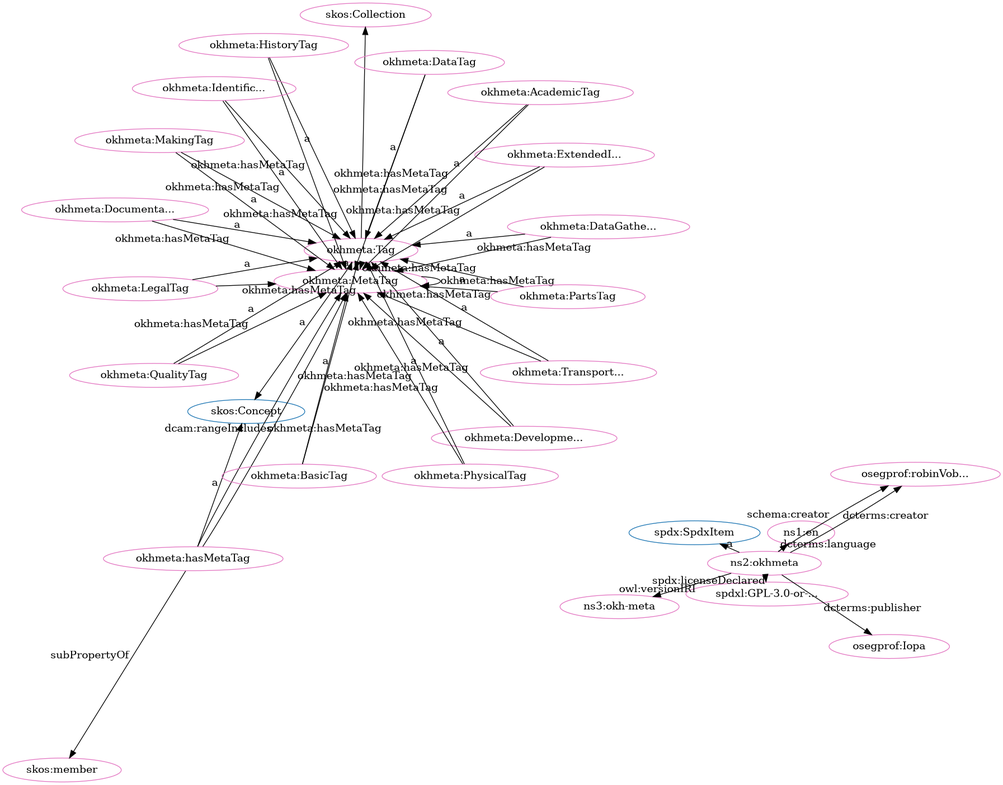
iop-alliance/OpenKnowHow keeps this Graphviz diagram as src/spec/dot_okh-meta-clean.png. Above is the earlier version. Its source is kept beside it as src/spec/dot_okh-meta-clean.dot.
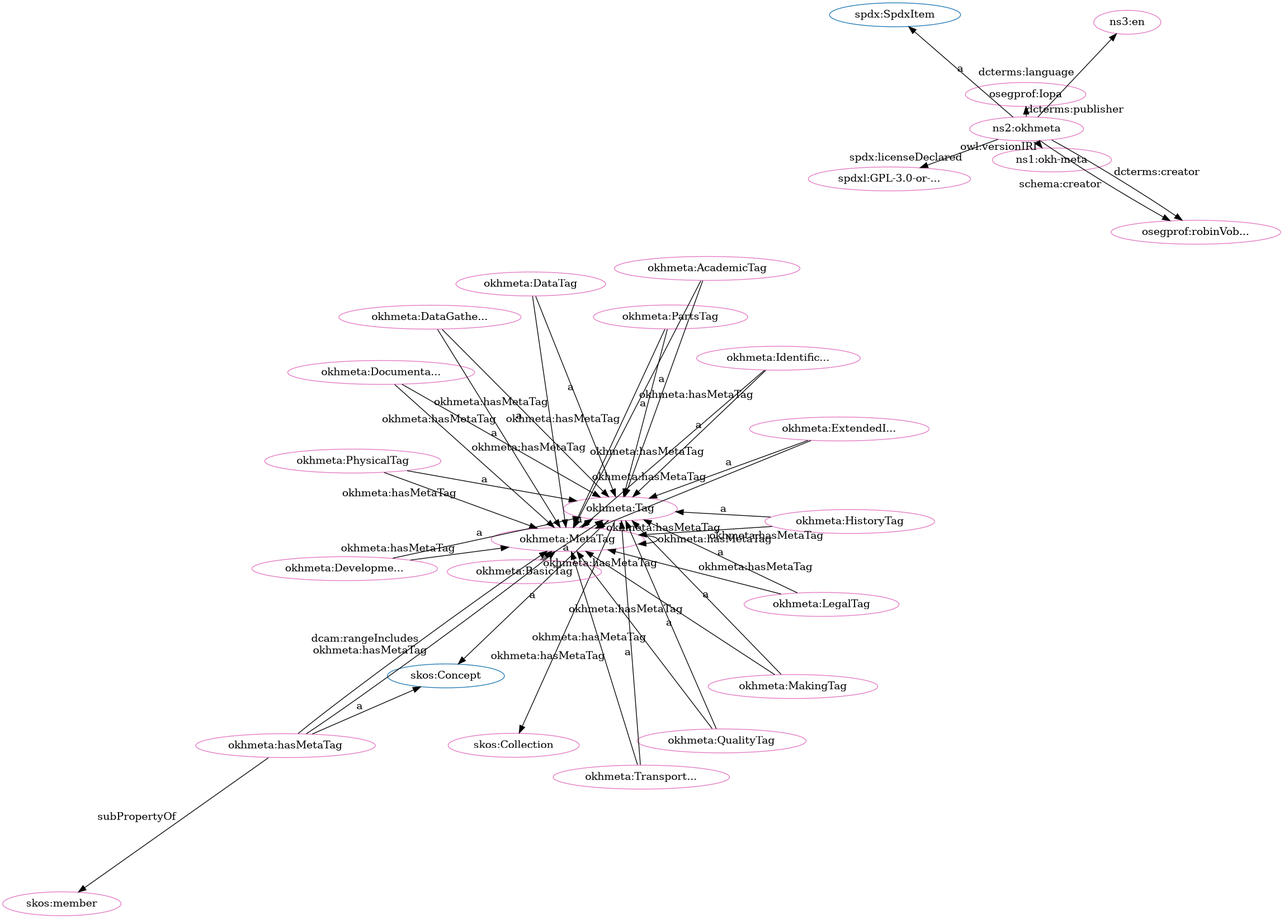
The same file after the commit.

The edit, as a diff of the source:
```diff
@@ -1,80 +1,80 @@
 digraph G {
   rankdir=BT
   node[height=.3]
+"http://www.w3.org/2004/02/skos/core#Concept" [fillcolor="#1f77b4" color="#1f77b4" label="skos:Concept"]
+"http://www.w3.org/2004/02/skos/core#Collection" [fillcolor="#1f77b4" color="#1f77b4" label="skos:Collection"]
 "http://w3id.org/oseg/ont/okhmeta#Tag" [fillcolor="#1f77b4" color="#1f77b4" label="okhmeta:Tag"]
-"http://www.w3.org/2004/02/skos/core#Collection" [fillcolor="#1f77b4" color="#1f77b4" label="skos:Collection"]
-"http://www.w3.org/2004/02/skos/core#Concept" [fillcolor="#1f77b4" color="#1f77b4" label="skos:Concept"]
 "http://spdx.org/rdf/terms#SpdxItem" [fillcolor="#1f77b4" color="#1f77b4" label="spdx:SpdxItem"]
+"http://w3id.org/oseg/ont/okhmeta#MetaTag" [fillcolor="#e377c2" color="#e377c2" label="okhmeta:MetaTag"]
+"http://w3id.org/oseg/ont/okhmeta#PartsTag" [fillcolor="#e377c2" color="#e377c2" label="okhmeta:PartsTag"]
 "http://w3id.org/oseg/ont/oseg-profiles#robinVobruba" [fillcolor="#e377c2" color="#e377c2" label="osegprof:robinVob..."]
+"http://w3id.org/oseg/ont/1.1.0/okh-meta" [fillcolor="#e377c2" color="#e377c2" label="ns1:okh-meta"]
+"http://www.w3.org/2004/02/skos/core#member" [fillcolor="#e377c2" color="#e377c2" label="skos:member"]
+"http://w3id.org/oseg/ont/oseg-profiles#Iopa" [fillcolor="#e377c2" color="#e377c2" label="osegprof:Iopa"]
+"http://w3id.org/oseg/ont/okhmeta" [fillcolor="#e377c2" color="#e377c2" label="ns2:okhmeta"]
 "http://w3id.org/oseg/ont/okhmeta#LegalTag" [fillcolor="#e377c2" color="#e377c2" label="okhmeta:LegalTag"]
-"http://w3id.org/oseg/ont/okhmeta#MetaTag" [fillcolor="#e377c2" color="#e377c2" label="okhmeta:MetaTag"]
+"http://id.loc.gov/vocabulary/iso639-1/en" [fillcolor="#e377c2" color="#e377c2" label="ns3:en"]
+"http://w3id.org/oseg/ont/okhmeta#HistoryTag" [fillcolor="#e377c2" color="#e377c2" label="okhmeta:HistoryTag"]
+"http://w3id.org/oseg/ont/okhmeta#DevelopmentTag" [fillcolor="#e377c2" color="#e377c2" label="okhmeta:Developme..."]
+"http://w3id.org/oseg/ont/okhmeta#MakingTag" [fillcolor="#e377c2" color="#e377c2" label="okhmeta:MakingTag"]
 "http://spdx.org/licenses/GPL-3.0-or-later" [fillcolor="#e377c2" color="#e377c2" label="spdxl:GPL-3.0-or-..."]
-"http://id.loc.gov/vocabulary/iso639-1/en" [fillcolor="#e377c2" color="#e377c2" label="ns1:en"]
 "http://w3id.org/oseg/ont/okhmeta#DocumentationTag" [fillcolor="#e377c2" color="#e377c2" label="okhmeta:Documenta..."]
 "http://www.w3.org/2004/02/skos/core#Collection" [fillcolor="#e377c2" color="#e377c2" label="skos:Collection"]
-"http://w3id.org/oseg/ont/okhmeta#HistoryTag" [fillcolor="#e377c2" color="#e377c2" label="okhmeta:HistoryTag"]
-"http://w3id.org/oseg/ont/okhmeta#ExtendedInfoTag" [fillcolor="#e377c2" color="#e377c2" label="okhmeta:ExtendedI..."]
-"http://w3id.org/oseg/ont/okhmeta#PartsTag" [fillcolor="#e377c2" color="#e377c2" label="okhmeta:PartsTag"]
-"http://w3id.org/oseg/ont/okhmeta#hasMetaTag" [fillcolor="#e377c2" color="#e377c2" label="okhmeta:hasMetaTag"]
-"http://w3id.org/oseg/ont/okhmeta#BasicTag" [fillcolor="#e377c2" color="#e377c2" label="okhmeta:BasicTag"]
+"http://w3id.org/oseg/ont/okhmeta#PhysicalTag" [fillcolor="#e377c2" color="#e377c2" label="okhmeta:PhysicalTag"]
 "http://w3id.org/oseg/ont/okhmeta#QualityTag" [fillcolor="#e377c2" color="#e377c2" label="okhmeta:QualityTag"]
-"http://w3id.org/oseg/ont/oseg-profiles#Iopa" [fillcolor="#e377c2" color="#e377c2" label="osegprof:Iopa"]
 "http://w3id.org/oseg/ont/okhmeta#DataTag" [fillcolor="#e377c2" color="#e377c2" label="okhmeta:DataTag"]
-"http://w3id.org/oseg/ont/okhmeta#AcademicTag" [fillcolor="#e377c2" color="#e377c2" label="okhmeta:AcademicTag"]
-"http://www.w3.org/2004/02/skos/core#member" [fillcolor="#e377c2" color="#e377c2" label="skos:member"]
-"http://w3id.org/oseg/ont/okhmeta#DevelopmentTag" [fillcolor="#e377c2" color="#e377c2" label="okhmeta:Developme..."]
-"http://w3id.org/oseg/ont/okhmeta#PhysicalTag" [fillcolor="#e377c2" color="#e377c2" label="okhmeta:PhysicalTag"]
-"http://w3id.org/oseg/ont/okhmeta" [fillcolor="#e377c2" color="#e377c2" label="ns2:okhmeta"]
-"http://w3id.org/oseg/ont/okhmeta#IdentificationTag" [fillcolor="#e377c2" color="#e377c2" label="okhmeta:Identific..."]
-"http://w3id.org/oseg/ont/okhmeta#MakingTag" [fillcolor="#e377c2" color="#e377c2" label="okhmeta:MakingTag"]
 "http://w3id.org/oseg/ont/okhmeta#Tag" [fillcolor="#e377c2" color="#e377c2" label="okhmeta:Tag"]
 "http://w3id.org/oseg/ont/okhmeta#DataGatheringTag" [fillcolor="#e377c2" color="#e377c2" label="okhmeta:DataGathe..."]
-"http://w3id.org/oseg/ont/1.1.0/okh-meta" [fillcolor="#e377c2" color="#e377c2" label="ns3:okh-meta"]
+"http://w3id.org/oseg/ont/okhmeta#ExtendedInfoTag" [fillcolor="#e377c2" color="#e377c2" label="okhmeta:ExtendedI..."]
+"http://w3id.org/oseg/ont/okhmeta#BasicTag" [fillcolor="#e377c2" color="#e377c2" label="okhmeta:BasicTag"]
+"http://w3id.org/oseg/ont/okhmeta#IdentificationTag" [fillcolor="#e377c2" color="#e377c2" label="okhmeta:Identific..."]
+"http://w3id.org/oseg/ont/okhmeta#hasMetaTag" [fillcolor="#e377c2" color="#e377c2" label="okhmeta:hasMetaTag"]
+"http://w3id.org/oseg/ont/okhmeta#AcademicTag" [fillcolor="#e377c2" color="#e377c2" label="okhmeta:AcademicTag"]
 "http://w3id.org/oseg/ont/okhmeta#TransportationTag" [fillcolor="#e377c2" color="#e377c2" label="okhmeta:Transport..."]
+  "http://w3id.org/oseg/ont/okhmeta#PartsTag" -> "http://w3id.org/oseg/ont/okhmeta#Tag" [label="a"]
+  "http://w3id.org/oseg/ont/okhmeta#MetaTag" -> "http://w3id.org/oseg/ont/okhmeta#MetaTag" [label="okhmeta:hasMetaTag"]
+  "http://w3id.org/oseg/ont/okhmeta" -> "http://w3id.org/oseg/ont/1.1.0/okh-meta" [label="owl:versionIRI"]
+  "http://w3id.org/oseg/ont/okhmeta" -> "http://w3id.org/oseg/ont/oseg-profiles#Iopa" [label="dcterms:publisher"]
+  "http://w3id.org/oseg/ont/okhmeta#PhysicalTag" -> "http://w3id.org/oseg/ont/okhmeta#MetaTag" [label="okhmeta:hasMetaTag"]
+  "http://w3id.org/oseg/ont/okhmeta#DataTag" -> "http://w3id.org/oseg/ont/okhmeta#MetaTag" [label="okhmeta:hasMetaTag"]
+  "http://w3id.org/oseg/ont/okhmeta" -> "http://id.loc.gov/vocabulary/iso639-1/en" [label="dcterms:language"]
+  "http://w3id.org/oseg/ont/okhmeta#ExtendedInfoTag" -> "http://w3id.org/oseg/ont/okhmeta#MetaTag" [label="okhmeta:hasMetaTag"]
+  "http://w3id.org/oseg/ont/okhmeta#MetaTag" -> "http://w3id.org/oseg/ont/okhmeta#Tag" [label="a"]
+  "http://w3id.org/oseg/ont/okhmeta#IdentificationTag" -> "http://w3id.org/oseg/ont/okhmeta#MetaTag" [label="okhmeta:hasMetaTag"]
+  "http://w3id.org/oseg/ont/okhmeta#BasicTag" -> "http://w3id.org/oseg/ont/okhmeta#MetaTag" [label="okhmeta:hasMetaTag"]
+  "http://w3id.org/oseg/ont/okhmeta#Tag" -> "http://www.w3.org/2004/02/skos/core#Collection" [label=""]
+  "http://w3id.org/oseg/ont/okhmeta#PhysicalTag" -> "http://w3id.org/oseg/ont/okhmeta#Tag" [label="a"]
+  "http://w3id.org/oseg/ont/okhmeta#DataTag" -> "http://w3id.org/oseg/ont/okhmeta#Tag" [label="a"]
+  "http://w3id.org/oseg/ont/okhmeta#DataGatheringTag" -> "http://w3id.org/oseg/ont/okhmeta#MetaTag" [label="okhmeta:hasMetaTag"]
+  "http://w3id.org/oseg/ont/okhmeta#DocumentationTag" -> "http://w3id.org/oseg/ont/okhmeta#MetaTag" [label="okhmeta:hasMetaTag"]
+  "http://w3id.org/oseg/ont/okhmeta#ExtendedInfoTag" -> "http://w3id.org/oseg/ont/okhmeta#Tag" [label="a"]
+  "http://w3id.org/oseg/ont/okhmeta#TransportationTag" -> "http://w3id.org/oseg/ont/okhmeta#MetaTag" [label="okhmeta:hasMetaTag"]
+  "http://w3id.org/oseg/ont/okhmeta#hasMetaTag" -> "http://w3id.org/oseg/ont/okhmeta#MetaTag" [label="dcam:rangeIncludes"]
+  "http://w3id.org/oseg/ont/okhmeta#BasicTag" -> "http://w3id.org/oseg/ont/okhmeta#Tag" [label="a"]
+  "http://w3id.org/oseg/ont/okhmeta#IdentificationTag" -> "http://w3id.org/oseg/ont/okhmeta#Tag" [label="a"]
+  "http://w3id.org/oseg/ont/okhmeta#MakingTag" -> "http://w3id.org/oseg/ont/okhmeta#MetaTag" [label="okhmeta:hasMetaTag"]
+  "http://w3id.org/oseg/ont/okhmeta#hasMetaTag" -> "http://w3id.org/oseg/ont/okhmeta#MetaTag" [label="okhmeta:hasMetaTag"]
+  "http://w3id.org/oseg/ont/okhmeta" -> "http://spdx.org/rdf/terms#SpdxItem" [label="a"]
+  "http://w3id.org/oseg/ont/okhmeta#TransportationTag" -> "http://w3id.org/oseg/ont/okhmeta#Tag" [label="a"]
+  "http://w3id.org/oseg/ont/okhmeta#Tag" -> "http://w3id.org/oseg/ont/okhmeta#MetaTag" [label="okhmeta:hasMetaTag"]
+  "http://w3id.org/oseg/ont/okhmeta#LegalTag" -> "http://w3id.org/oseg/ont/okhmeta#MetaTag" [label="okhmeta:hasMetaTag"]
+  "http://w3id.org/oseg/ont/okhmeta#HistoryTag" -> "http://w3id.org/oseg/ont/okhmeta#MetaTag" [label="okhmeta:hasMetaTag"]
+  "http://w3id.org/oseg/ont/okhmeta#DevelopmentTag" -> "http://w3id.org/oseg/ont/okhmeta#MetaTag" [label="okhmeta:hasMetaTag"]
+  "http://w3id.org/oseg/ont/okhmeta" -> "http://w3id.org/oseg/ont/oseg-profiles#robinVobruba" [label="dcterms:creator"]
+  "http://w3id.org/oseg/ont/okhmeta#hasMetaTag" -> "http://www.w3.org/2004/02/skos/core#member" [label="subPropertyOf"]
+  "http://w3id.org/oseg/ont/okhmeta#QualityTag" -> "http://w3id.org/oseg/ont/okhmeta#MetaTag" [label="okhmeta:hasMetaTag"]
+  "http://w3id.org/oseg/ont/okhmeta#LegalTag" -> "http://w3id.org/oseg/ont/okhmeta#Tag" [label="a"]
+  "http://w3id.org/oseg/ont/okhmeta#HistoryTag" -> "http://w3id.org/oseg/ont/okhmeta#Tag" [label="a"]
+  "http://w3id.org/oseg/ont/okhmeta#DevelopmentTag" -> "http://w3id.org/oseg/ont/okhmeta#Tag" [label="a"]
+  "http://w3id.org/oseg/ont/okhmeta#MakingTag" -> "http://w3id.org/oseg/ont/okhmeta#Tag" [label="a"]
+  "http://w3id.org/oseg/ont/okhmeta" -> "http://spdx.org/licenses/GPL-3.0-or-later" [label="spdx:licenseDeclared"]
+  "http://w3id.org/oseg/ont/okhmeta#DocumentationTag" -> "http://w3id.org/oseg/ont/okhmeta#Tag" [label="a"]
+  "http://w3id.org/oseg/ont/okhmeta#QualityTag" -> "http://w3id.org/oseg/ont/okhmeta#Tag" [label="a"]
+  "http://w3id.org/oseg/ont/okhmeta#Tag" -> "http://www.w3.org/2004/02/skos/core#Concept" [label="a"]
   "http://w3id.org/oseg/ont/okhmeta" -> "http://w3id.org/oseg/ont/oseg-profiles#robinVobruba" [label="schema:creator"]
   "http://w3id.org/oseg/ont/okhmeta#AcademicTag" -> "http://w3id.org/oseg/ont/okhmeta#MetaTag" [label="okhmeta:hasMetaTag"]
-  "http://w3id.org/oseg/ont/okhmeta" -> "http://spdx.org/licenses/GPL-3.0-or-later" [label="spdx:licenseDeclared"]
-  "http://w3id.org/oseg/ont/okhmeta" -> "http://id.loc.gov/vocabulary/iso639-1/en" [label="dcterms:language"]
-  "http://w3id.org/oseg/ont/okhmeta#hasMetaTag" -> "http://w3id.org/oseg/ont/okhmeta#MetaTag" [label="okhmeta:hasMetaTag"]
-  "http://w3id.org/oseg/ont/okhmeta#DocumentationTag" -> "http://w3id.org/oseg/ont/okhmeta#Tag" [label="a"]
-  "http://w3id.org/oseg/ont/okhmeta#Tag" -> "http://www.w3.org/2004/02/skos/core#Collection" [label=""]
-  "http://w3id.org/oseg/ont/okhmeta#HistoryTag" -> "http://w3id.org/oseg/ont/okhmeta#Tag" [label="a"]
-  "http://w3id.org/oseg/ont/okhmeta#MetaTag" -> "http://w3id.org/oseg/ont/okhmeta#MetaTag" [label="okhmeta:hasMetaTag"]
-  "http://w3id.org/oseg/ont/okhmeta#BasicTag" -> "http://w3id.org/oseg/ont/okhmeta#Tag" [label="a"]
-  "http://w3id.org/oseg/ont/okhmeta#QualityTag" -> "http://w3id.org/oseg/ont/okhmeta#Tag" [label="a"]
-  "http://w3id.org/oseg/ont/okhmeta#hasMetaTag" -> "http://w3id.org/oseg/ont/okhmeta#MetaTag" [label="dcam:rangeIncludes"]
-  "http://w3id.org/oseg/ont/okhmeta#LegalTag" -> "http://w3id.org/oseg/ont/okhmeta#MetaTag" [label="okhmeta:hasMetaTag"]
-  "http://w3id.org/oseg/ont/okhmeta#DocumentationTag" -> "http://w3id.org/oseg/ont/okhmeta#MetaTag" [label="okhmeta:hasMetaTag"]
+  "http://w3id.org/oseg/ont/okhmeta#hasMetaTag" -> "http://www.w3.org/2004/02/skos/core#Concept" [label="a"]
+  "http://w3id.org/oseg/ont/okhmeta#PartsTag" -> "http://w3id.org/oseg/ont/okhmeta#MetaTag" [label="okhmeta:hasMetaTag"]
   "http://w3id.org/oseg/ont/okhmeta#AcademicTag" -> "http://w3id.org/oseg/ont/okhmeta#Tag" [label="a"]
-  "http://w3id.org/oseg/ont/okhmeta#DataTag" -> "http://w3id.org/oseg/ont/okhmeta#MetaTag" [label="okhmeta:hasMetaTag"]
-  "http://w3id.org/oseg/ont/okhmeta#hasMetaTag" -> "http://www.w3.org/2004/02/skos/core#member" [label="subPropertyOf"]
-  "http://w3id.org/oseg/ont/okhmeta#DevelopmentTag" -> "http://w3id.org/oseg/ont/okhmeta#MetaTag" [label="okhmeta:hasMetaTag"]
-  "http://w3id.org/oseg/ont/okhmeta#IdentificationTag" -> "http://w3id.org/oseg/ont/okhmeta#MetaTag" [label="okhmeta:hasMetaTag"]
-  "http://w3id.org/oseg/ont/okhmeta#PhysicalTag" -> "http://w3id.org/oseg/ont/okhmeta#Tag" [label="a"]
-  "http://w3id.org/oseg/ont/okhmeta#ExtendedInfoTag" -> "http://w3id.org/oseg/ont/okhmeta#MetaTag" [label="okhmeta:hasMetaTag"]
-  "http://w3id.org/oseg/ont/okhmeta#PartsTag" -> "http://w3id.org/oseg/ont/okhmeta#MetaTag" [label="okhmeta:hasMetaTag"]
-  "http://w3id.org/oseg/ont/okhmeta#Tag" -> "http://w3id.org/oseg/ont/okhmeta#MetaTag" [label="okhmeta:hasMetaTag"]
   "http://w3id.org/oseg/ont/okhmeta#DataGatheringTag" -> "http://w3id.org/oseg/ont/okhmeta#Tag" [label="a"]
-  "http://w3id.org/oseg/ont/okhmeta#TransportationTag" -> "http://w3id.org/oseg/ont/okhmeta#MetaTag" [label="okhmeta:hasMetaTag"]
-  "http://w3id.org/oseg/ont/okhmeta" -> "http://spdx.org/rdf/terms#SpdxItem" [label="a"]
-  "http://w3id.org/oseg/ont/okhmeta#LegalTag" -> "http://w3id.org/oseg/ont/okhmeta#Tag" [label="a"]
-  "http://w3id.org/oseg/ont/okhmeta" -> "http://w3id.org/oseg/ont/oseg-profiles#robinVobruba" [label="dcterms:creator"]
-  "http://w3id.org/oseg/ont/okhmeta#ExtendedInfoTag" -> "http://w3id.org/oseg/ont/okhmeta#Tag" [label="a"]
-  "http://w3id.org/oseg/ont/okhmeta#PartsTag" -> "http://w3id.org/oseg/ont/okhmeta#Tag" [label="a"]
-  "http://w3id.org/oseg/ont/okhmeta#MetaTag" -> "http://w3id.org/oseg/ont/okhmeta#Tag" [label="a"]
-  "http://w3id.org/oseg/ont/okhmeta#MakingTag" -> "http://w3id.org/oseg/ont/okhmeta#MetaTag" [label="okhmeta:hasMetaTag"]
-  "http://w3id.org/oseg/ont/okhmeta#QualityTag" -> "http://w3id.org/oseg/ont/okhmeta#MetaTag" [label="okhmeta:hasMetaTag"]
-  "http://w3id.org/oseg/ont/okhmeta" -> "http://w3id.org/oseg/ont/oseg-profiles#Iopa" [label="dcterms:publisher"]
-  "http://w3id.org/oseg/ont/okhmeta#DataTag" -> "http://w3id.org/oseg/ont/okhmeta#Tag" [label="a"]
-  "http://w3id.org/oseg/ont/okhmeta#hasMetaTag" -> "http://www.w3.org/2004/02/skos/core#Concept" [label="a"]
-  "http://w3id.org/oseg/ont/okhmeta#PhysicalTag" -> "http://w3id.org/oseg/ont/okhmeta#MetaTag" [label="okhmeta:hasMetaTag"]
-  "http://w3id.org/oseg/ont/okhmeta#DevelopmentTag" -> "http://w3id.org/oseg/ont/okhmeta#Tag" [label="a"]
-  "http://w3id.org/oseg/ont/okhmeta#IdentificationTag" -> "http://w3id.org/oseg/ont/okhmeta#Tag" [label="a"]
-  "http://w3id.org/oseg/ont/okhmeta#HistoryTag" -> "http://w3id.org/oseg/ont/okhmeta#MetaTag" [label="okhmeta:hasMetaTag"]
-  "http://w3id.org/oseg/ont/okhmeta#MakingTag" -> "http://w3id.org/oseg/ont/okhmeta#Tag" [label="a"]
-  "http://w3id.org/oseg/ont/okhmeta#BasicTag" -> "http://w3id.org/oseg/ont/okhmeta#MetaTag" [label="okhmeta:hasMetaTag"]
-  "http://w3id.org/oseg/ont/okhmeta#Tag" -> "http://www.w3.org/2004/02/skos/core#Concept" [label="a"]
-  "http://w3id.org/oseg/ont/okhmeta" -> "http://w3id.org/oseg/ont/1.1.0/okh-meta" [label="owl:versionIRI"]
-  "http://w3id.org/oseg/ont/okhmeta#TransportationTag" -> "http://w3id.org/oseg/ont/okhmeta#Tag" [label="a"]
-  "http://w3id.org/oseg/ont/okhmeta#DataGatheringTag" -> "http://w3id.org/oseg/ont/okhmeta#MetaTag" [label="okhmeta:hasMetaTag"]
 }
```
